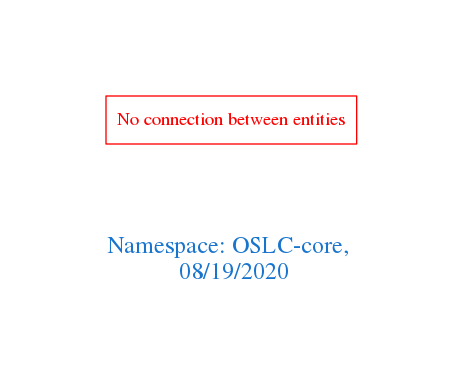
Above: downloads/OSLC-core.png in arago/OGIT (Graphviz), before the change. Its source is kept beside it as downloads/OSLC-core.dot.
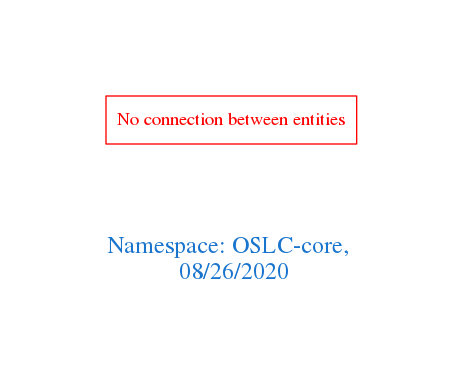
After the change.

The edit, as a diff of the source:
```diff
@@ -1,7 +1,7 @@
 digraph OGIT_ontology {
  graph [ rankdir= LR,pad=1
 fontsize = 18,
-fontcolor= dodgerblue3,label = "\n\n\nNamespace: OSLC-core, \n 08/19/2020"];
+fontcolor= dodgerblue3,label = "\n\n\nNamespace: OSLC-core, \n 08/26/2020"];
 node[shape=polygon];
 edge [  color="gray81"];
 
```
